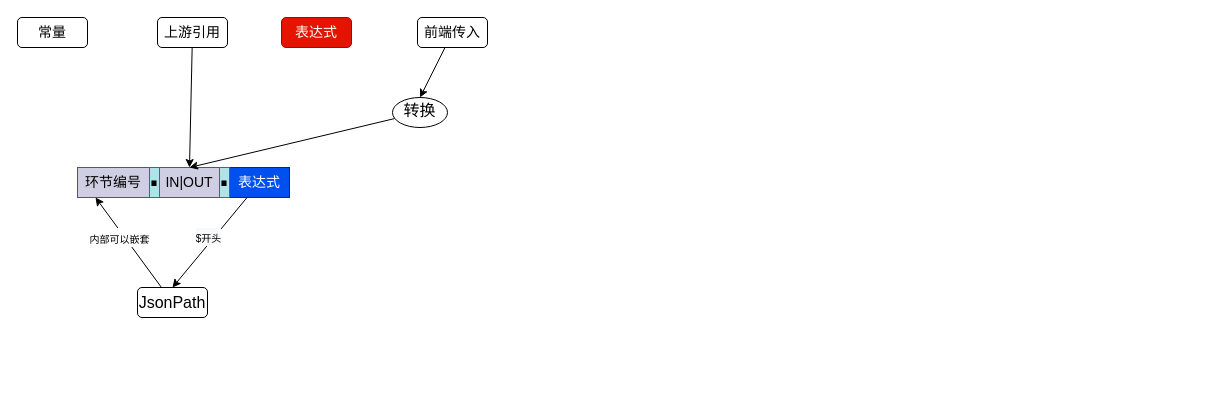
The draw.io diagram page "上游引用表达式格式" (16 of 17) of 流控.drawio in qymmdj/draw-io, before the edit. Source tidied: cells renumbered, new cells numbered last; positions are measured from the earlier drawing's top-left corner, leaving out a move shared by most shapes. Both pictures are drawn from the tidied source at 100%, with x=0, y=0 at pixel (17, 17).
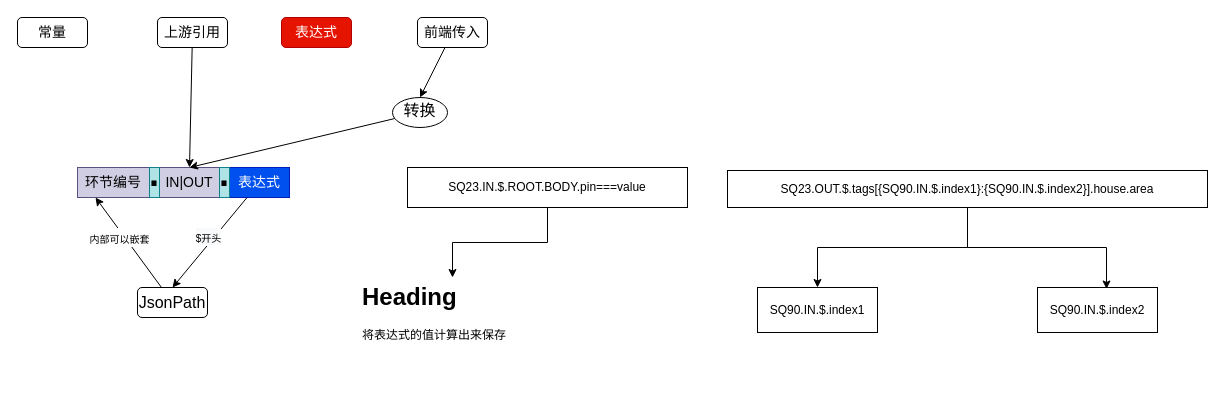
After the change.

Diff of the diagram source:
```diff
@@
+    <mxCell id="21" style="edgeStyle=orthogonalEdgeStyle;rounded=0;jettySize=auto;html=1;entryX=0.5;entryY=0;entryDx=0;entryDy=0;" parent="1" edge="1" source="22" target="28">
+      <mxGeometry relative="1" as="geometry" />
+    </mxCell>
+    <mxCell id="22" value="SQ23.IN.$.ROOT.BODY.pin===value" style="rounded=0;whiteSpace=wrap;html=1;" parent="1" vertex="1">
+      <mxGeometry x="390" y="150" width="280" height="40" as="geometry" />
+    </mxCell>
+    <mxCell id="23" style="edgeStyle=orthogonalEdgeStyle;rounded=0;jettySize=auto;html=1;entryX=0.5;entryY=0;entryDx=0;entryDy=0;" parent="1" edge="1" source="25" target="26">
+      <mxGeometry relative="1" as="geometry" />
+    </mxCell>
+    <mxCell id="24" style="edgeStyle=orthogonalEdgeStyle;rounded=0;jettySize=auto;html=1;entryX=0.575;entryY=0.033;entryDx=0;entryDy=0;entryPerimeter=0;" parent="1" edge="1" source="25" target="27">
+      <mxGeometry relative="1" as="geometry" />
+    </mxCell>
+    <mxCell id="25" value="SQ23.OUT.$.tags[{SQ90.IN.$.index1}:{SQ90.IN.$.index2}].house.area" style="rounded=0;whiteSpace=wrap;html=1;" parent="1" vertex="1">
+      <mxGeometry x="710" y="153" width="480" height="37" as="geometry" />
+    </mxCell>
+    <mxCell id="26" value="SQ90.IN.$.index1" style="rounded=0;whiteSpace=wrap;html=1;" parent="1" vertex="1">
+      <mxGeometry x="740" y="270" width="120" height="45" as="geometry" />
+    </mxCell>
+    <mxCell id="27" value="SQ90.IN.$.index2" style="rounded=0;whiteSpace=wrap;html=1;" parent="1" vertex="1">
+      <mxGeometry x="1020" y="270" width="120" height="45" as="geometry" />
+    </mxCell>
+    <mxCell id="28" value="&lt;h1&gt;Heading&lt;/h1&gt;&lt;p&gt;将表达式的值计算出来保存&lt;/p&gt;" style="text;html=1;strokeColor=none;fillColor=none;spacing=5;spacingTop=-20;whiteSpace=wrap;overflow=hidden;rounded=0;" parent="1" vertex="1">
+      <mxGeometry x="340" y="260" width="190" height="120" as="geometry" />
+    </mxCell>
```
